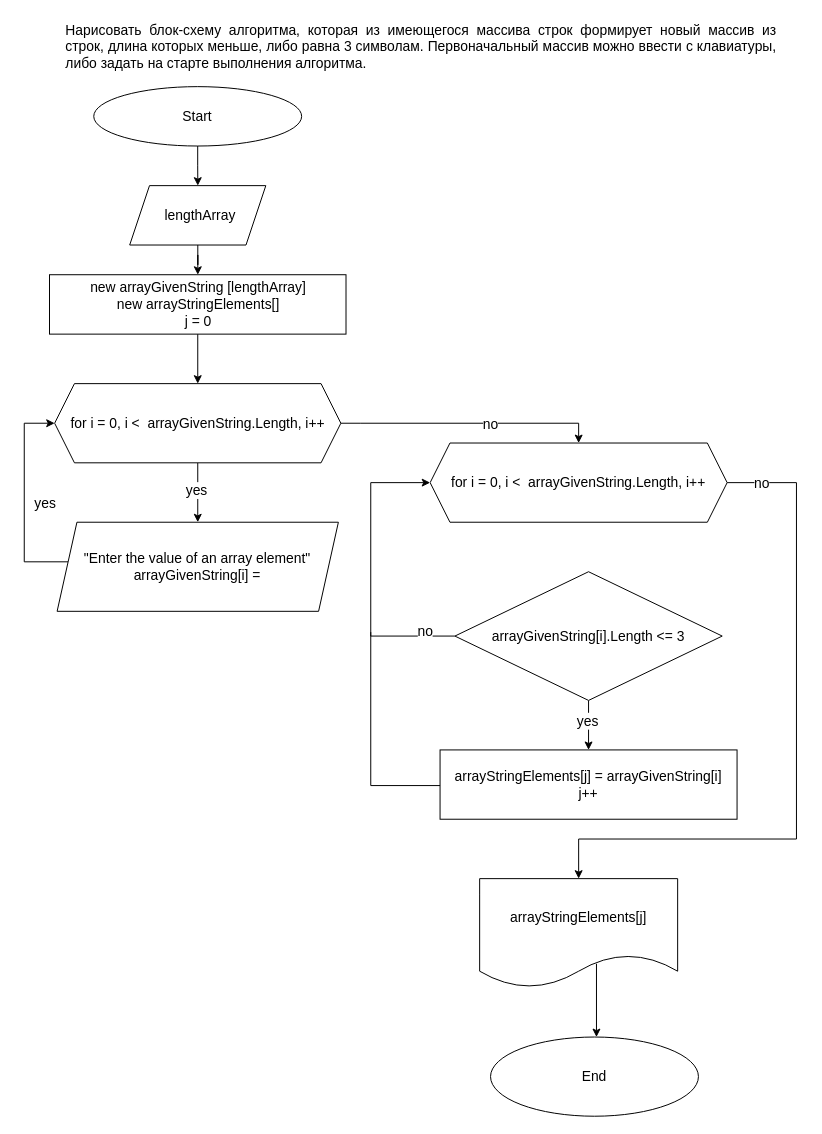
Yulia-Girduk/FinalProject_1 keeps this draw.io diagram as BlockDiagram.drawio. Above is the earlier version. Source tidied: cells renumbered, new cells numbered last; positions are measured from the earlier drawing's top-left corner, leaving out a move shared by most shapes. Both pictures are drawn from the tidied source at 99%, with x=0, y=0 at pixel (24, 17).
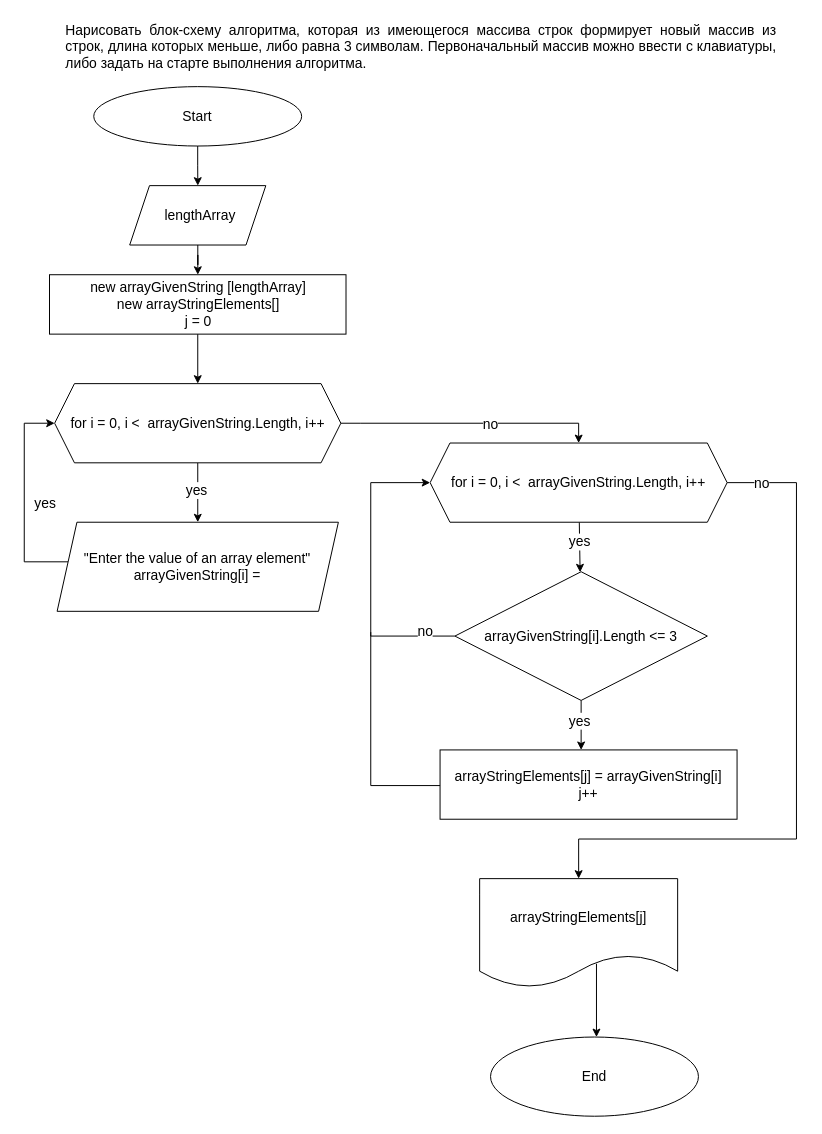
The same diagram, later.

Unchanged cells that the change refers to:
```xml
<mxCell id="17" value="&lt;font style=&quot;font-size: 14px;&quot;&gt;for i = 0, i &amp;lt;&amp;nbsp; arrayGivenString.Length, i++&lt;/font&gt;" style="shape=hexagon;perimeter=hexagonPerimeter2;whiteSpace=wrap;html=1;fixedSize=1;" parent="1" vertex="1">
  <mxGeometry x="410" y="430" width="300" height="80" as="geometry" />
</mxCell>
<mxCell id="24" value="&lt;font style=&quot;font-size: 14px;&quot;&gt;arrayStringElements[j] = arrayGivenString[i]&lt;br&gt;j++&lt;br&gt;&lt;/font&gt;" style="rounded=0;whiteSpace=wrap;html=1;" parent="1" vertex="1">
  <mxGeometry x="420" y="740" width="300" height="70" as="geometry" />
</mxCell>
```

What changed in the source:
```diff
@@
+    <mxCell id="30" style="edgeStyle=none;html=1;" parent="1" edge="1" source="17" target="23">
+      <mxGeometry relative="1" as="geometry" />
+    </mxCell>
@@
     <mxCell id="20" style="edgeStyle=orthogonalEdgeStyle;rounded=0;jettySize=auto;html=1;" parent="1" edge="1" source="23" target="24">
-      <mxGeometry relative="1" as="geometry" />
+      <mxGeometry relative="1" as="geometry">
+        <Array as="points">
+          <mxPoint x="563" y="730" />
+          <mxPoint x="563" y="730" />
+        </Array>
+      </mxGeometry>
     </mxCell>
@@
     <mxCell id="23" value="&lt;font style=&quot;font-size: 14px;&quot;&gt;arrayGivenString[i].Length &amp;lt;= 3&lt;/font&gt;" style="rhombus;whiteSpace=wrap;html=1;" parent="1" vertex="1">
-      <mxGeometry x="435" y="560" width="270" height="130" as="geometry" />
+      <mxGeometry x="435" y="560" width="255" height="130" as="geometry" />
     </mxCell>
@@
     <mxCell id="25" value="&lt;font style=&quot;font-size: 14px;&quot;&gt;yes&lt;/font&gt;" style="edgeLabel;html=1;align=center;verticalAlign=middle;" parent="1" vertex="1">
-      <mxGeometry x="570" y="710" as="geometry">
+      <mxGeometry x="562.5" y="710" as="geometry">
         <mxPoint x="-2" as="offset" />
       </mxGeometry>
     </mxCell>
@@
+    <mxCell id="31" value="&lt;font style=&quot;font-size: 14px;&quot;&gt;yes&lt;/font&gt;" style="edgeLabel;html=1;align=center;verticalAlign=middle;" parent="1" vertex="1">
+      <mxGeometry x="569.5" y="533" as="geometry">
+        <mxPoint x="-9" y="-4" as="offset" />
+      </mxGeometry>
+    </mxCell>
```
